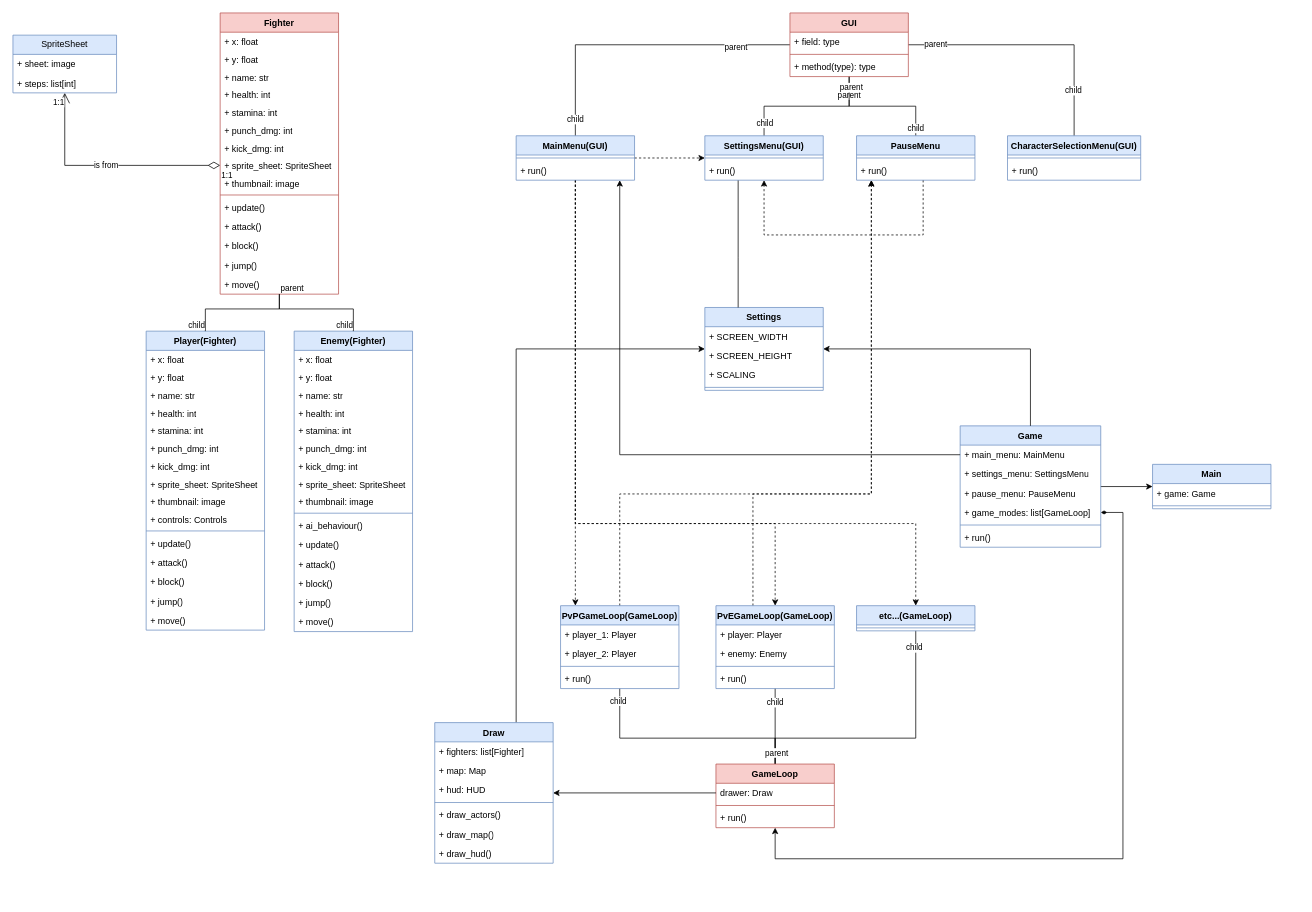
FuvaKumi/ComboCombat-Reworked keeps this draw.io diagram as page "1 oldal" (1 of 2) of UML.drawio. Above is the earlier version. Source tidied: cells renumbered, new cells numbered last; positions are measured from the earlier drawing's top-left corner, leaving out a move shared by most shapes. Both pictures are drawn from the tidied source at 74%, with x=0, y=0 at pixel (13, 13).
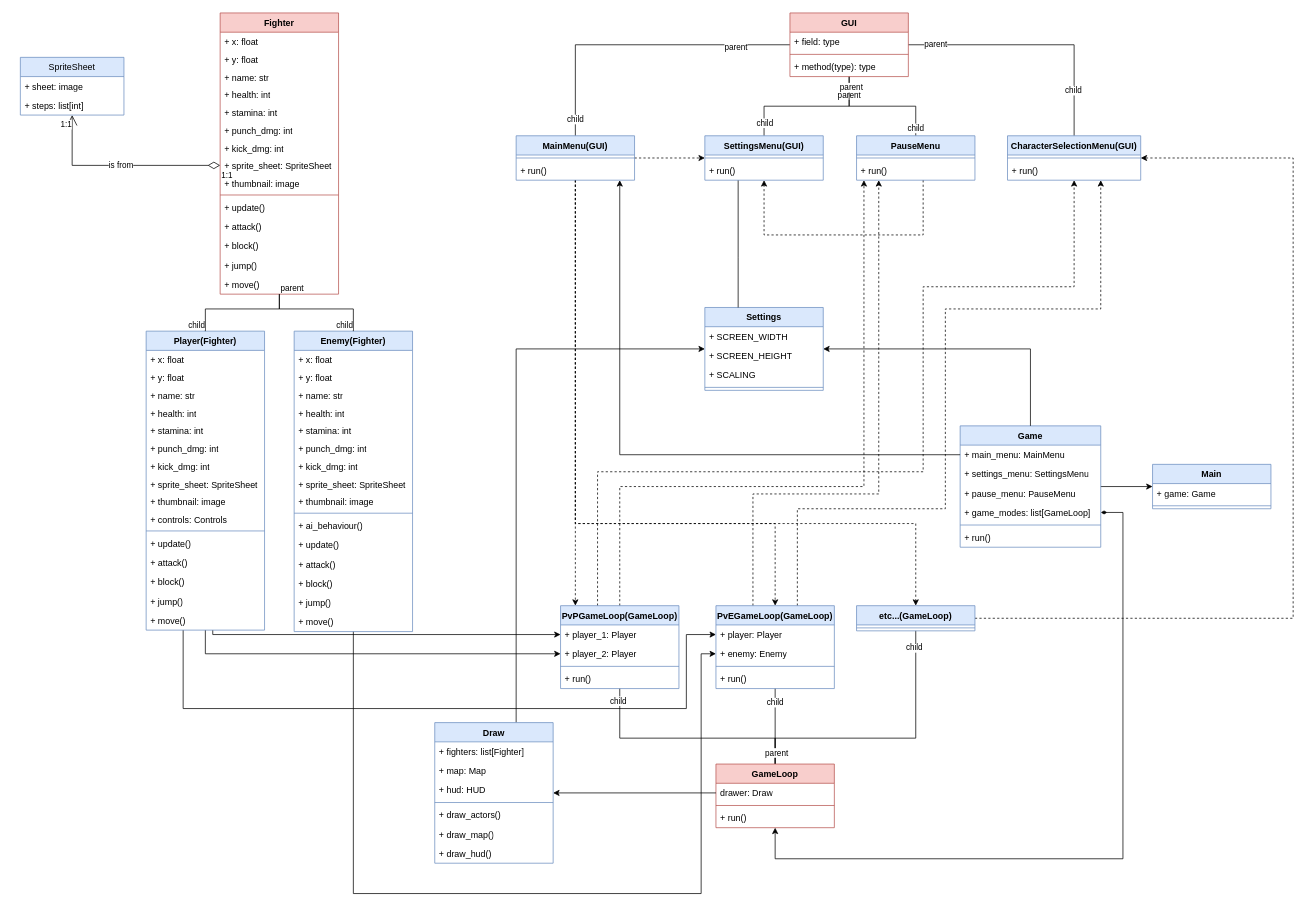
Above is the later version.

Unchanged cells that the change refers to:
```xml
<mxCell id="24" value="Player(Fighter)" style="swimlane;fontStyle=1;align=center;verticalAlign=top;horizontal=1;startSize=26;whiteSpace=wrap;html=1;fillColor=#dae8fc;strokeColor=#6c8ebf;" parent="1" vertex="1">
  <mxGeometry x="180" y="430" width="160" height="404" as="geometry" />
</mxCell>
<mxCell id="44" value="Enemy(Fighter)" style="swimlane;fontStyle=1;align=center;verticalAlign=top;horizontal=1;startSize=26;whiteSpace=wrap;html=1;fillColor=#dae8fc;strokeColor=#6c8ebf;" parent="1" vertex="1">
  <mxGeometry x="380" y="430" width="160" height="406" as="geometry" />
</mxCell>
<mxCell id="77" value="PvPGameLoop(GameLoop)" style="swimlane;fontStyle=1;align=center;verticalAlign=top;horizontal=1;startSize=26;whiteSpace=wrap;html=1;fillColor=#dae8fc;strokeColor=#6c8ebf;" parent="1" vertex="1">
  <mxGeometry x="740" y="801" width="160" height="112" as="geometry" />
</mxCell>
<mxCell id="78" value="+ player_1: Player" style="text;strokeColor=none;fillColor=none;align=left;verticalAlign=top;spacingLeft=4;spacingRight=4;overflow=hidden;points=[[0,0.5],[1,0.5]];portConstraint=eastwest;whiteSpace=wrap;html=1;" parent="77" vertex="1">
  <mxGeometry y="26" width="160" height="26" as="geometry" />
</mxCell>
<mxCell id="79" value="+ player_2: Player" style="text;strokeColor=none;fillColor=none;align=left;verticalAlign=top;spacingLeft=4;spacingRight=4;overflow=hidden;points=[[0,0.5],[1,0.5]];portConstraint=eastwest;whiteSpace=wrap;html=1;" parent="77" vertex="1">
  <mxGeometry y="52" width="160" height="26" as="geometry" />
</mxCell>
<mxCell id="83" value="PvEGameLoop(GameLoop)" style="swimlane;fontStyle=1;align=center;verticalAlign=top;horizontal=1;startSize=26;whiteSpace=wrap;html=1;fillColor=#dae8fc;strokeColor=#6c8ebf;" parent="1" vertex="1">
  <mxGeometry x="950" y="801" width="160" height="112" as="geometry" />
</mxCell>
<mxCell id="84" value="+ player: Player" style="text;strokeColor=none;fillColor=none;align=left;verticalAlign=top;spacingLeft=4;spacingRight=4;overflow=hidden;points=[[0,0.5],[1,0.5]];portConstraint=eastwest;whiteSpace=wrap;html=1;" parent="83" vertex="1">
  <mxGeometry y="26" width="160" height="26" as="geometry" />
</mxCell>
<mxCell id="85" value="+ enemy: Enemy" style="text;strokeColor=none;fillColor=none;align=left;verticalAlign=top;spacingLeft=4;spacingRight=4;overflow=hidden;points=[[0,0.5],[1,0.5]];portConstraint=eastwest;whiteSpace=wrap;html=1;" parent="83" vertex="1">
  <mxGeometry y="52" width="160" height="26" as="geometry" />
</mxCell>
<mxCell id="88" value="etc...(GameLoop)" style="swimlane;fontStyle=1;align=center;verticalAlign=top;horizontal=1;startSize=26;whiteSpace=wrap;html=1;fillColor=#dae8fc;strokeColor=#6c8ebf;" parent="1" vertex="1">
  <mxGeometry x="1140" y="801" width="160" height="34" as="geometry" />
</mxCell>
<mxCell id="144" value="CharacterSelectionMenu(GUI)" style="swimlane;fontStyle=1;align=center;verticalAlign=top;horizontal=1;startSize=26;whiteSpace=wrap;html=1;fillColor=#dae8fc;strokeColor=#6c8ebf;" parent="1" vertex="1">
  <mxGeometry x="1344" y="166" width="180" height="60" as="geometry" />
</mxCell>
<mxCell id="148" value="PauseMenu" style="swimlane;fontStyle=1;align=center;verticalAlign=top;horizontal=1;startSize=26;whiteSpace=wrap;html=1;fillColor=#dae8fc;strokeColor=#6c8ebf;" parent="1" vertex="1">
  <mxGeometry x="1140" y="166" width="160" height="60" as="geometry" />
</mxCell>
```

Diff of the diagram source:
```diff
@@
     <mxCell id="21" value="SpriteSheet" style="swimlane;fontStyle=0;horizontal=1;startSize=26;fillColor=#dae8fc;whiteSpace=wrap;html=1;strokeColor=#6c8ebf;" parent="1" vertex="1">
-      <mxGeometry y="30" width="140" height="78" as="geometry" />
+      <mxGeometry x="10" y="60" width="140" height="78" as="geometry" />
     </mxCell>
@@
+    <mxCell id="152" style="edgeStyle=orthogonalEdgeStyle;rounded=0;jettySize=auto;html=1;" parent="1" edge="1" source="24" target="79">
+      <mxGeometry relative="1" as="geometry" />
+    </mxCell>
+    <mxCell id="153" style="edgeStyle=orthogonalEdgeStyle;rounded=0;jettySize=auto;html=1;" parent="1" edge="1" source="24" target="78">
+      <mxGeometry relative="1" as="geometry">
+        <Array as="points">
+          <mxPoint x="270" y="840" />
+        </Array>
+      </mxGeometry>
+    </mxCell>
+    <mxCell id="154" style="edgeStyle=orthogonalEdgeStyle;rounded=0;jettySize=auto;html=1;" parent="1" edge="1" source="24" target="84">
+      <mxGeometry relative="1" as="geometry">
+        <Array as="points">
+          <mxPoint x="230" y="940" />
+          <mxPoint x="910" y="940" />
+          <mxPoint x="910" y="840" />
+        </Array>
+      </mxGeometry>
+    </mxCell>
@@
+    <mxCell id="155" style="edgeStyle=orthogonalEdgeStyle;rounded=0;jettySize=auto;html=1;" parent="1" edge="1" source="44" target="85">
+      <mxGeometry relative="1" as="geometry">
+        <Array as="points">
+          <mxPoint x="460" y="1190" />
+          <mxPoint x="930" y="1190" />
+          <mxPoint x="930" y="866" />
+        </Array>
+      </mxGeometry>
+    </mxCell>
@@
     <mxCell id="76" style="edgeStyle=orthogonalEdgeStyle;rounded=0;jettySize=auto;html=1;dashed=1;" parent="1" edge="1" source="77" target="148">
       <mxGeometry relative="1" as="geometry">
         <Array as="points">
-          <mxPoint x="820" y="650" />
-          <mxPoint x="1160" y="650" />
+          <mxPoint x="820" y="640" />
+          <mxPoint x="1150" y="640" />
         </Array>
       </mxGeometry>
     </mxCell>
+    <mxCell id="156" style="edgeStyle=orthogonalEdgeStyle;rounded=0;jettySize=auto;html=1;dashed=1;" parent="1" edge="1" source="77" target="144">
+      <mxGeometry relative="1" as="geometry">
+        <Array as="points">
+          <mxPoint x="790" y="620" />
+          <mxPoint x="1230" y="620" />
+          <mxPoint x="1230" y="370" />
+          <mxPoint x="1434" y="370" />
+        </Array>
+      </mxGeometry>
+    </mxCell>
@@
     <mxCell id="82" style="edgeStyle=orthogonalEdgeStyle;rounded=0;jettySize=auto;html=1;dashed=1;" parent="1" edge="1" source="83" target="148">
       <mxGeometry relative="1" as="geometry">
         <Array as="points">
           <mxPoint x="1000" y="650" />
-          <mxPoint x="1160" y="650" />
+          <mxPoint x="1170" y="650" />
         </Array>
       </mxGeometry>
     </mxCell>
+    <mxCell id="157" style="edgeStyle=orthogonalEdgeStyle;rounded=0;jettySize=auto;html=1;dashed=1;" parent="1" edge="1" source="83" target="144">
+      <mxGeometry relative="1" as="geometry">
+        <Array as="points">
+          <mxPoint x="1060" y="670" />
+          <mxPoint x="1260" y="670" />
+          <mxPoint x="1260" y="400" />
+          <mxPoint x="1470" y="400" />
+        </Array>
+      </mxGeometry>
+    </mxCell>
@@
+    <mxCell id="158" style="edgeStyle=orthogonalEdgeStyle;rounded=0;jettySize=auto;html=1;dashed=1;" parent="1" edge="1" source="88" target="144">
+      <mxGeometry relative="1" as="geometry">
+        <Array as="points">
+          <mxPoint x="1730" y="818" />
+          <mxPoint x="1730" y="196" />
+        </Array>
+      </mxGeometry>
+    </mxCell>
```
